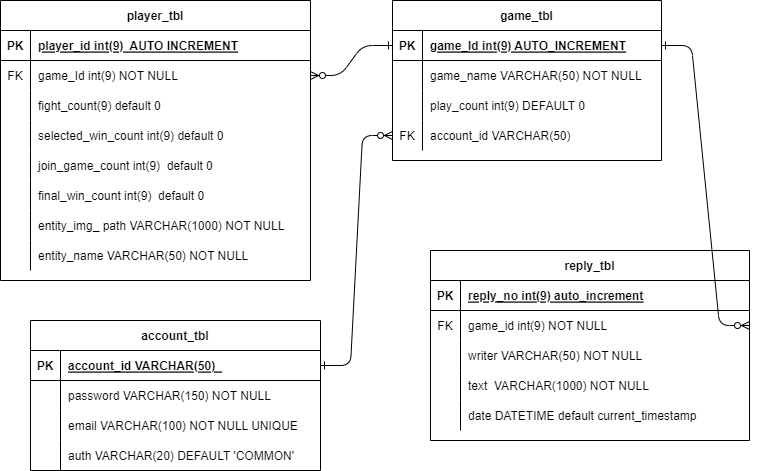
Above: erd/erd.png in java-4th-team-project-2023/world-cup (draw.io), before the change. Source tidied: cells renumbered, new cells last; positions are measured from the earlier drawing's top-left corner, leaving out a move shared by most shapes.
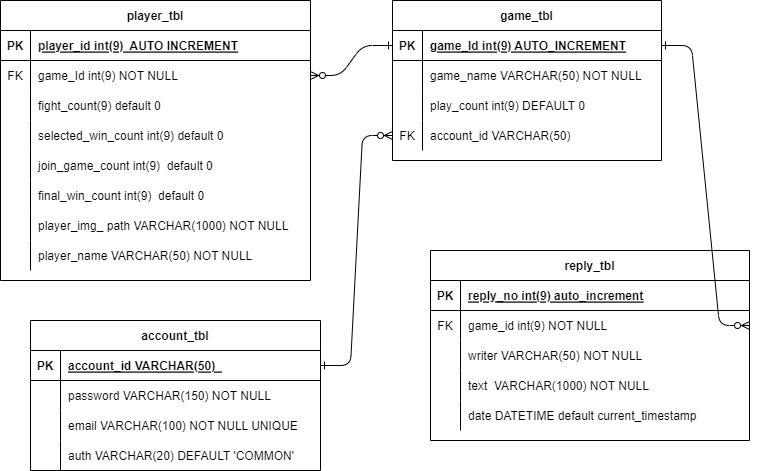
Above is the later version.

Change to the diagram source:
```diff
@@ -152,7 +152,7 @@
     <mxCell id="51" style="shape=partialRectangle;overflow=hidden;fillColor=none;top=0;left=0;bottom=0;right=0;" parent="50" vertex="1">
       <mxGeometry width="30" height="30" as="geometry" />
     </mxCell>
-    <mxCell id="52" value="entity_img_ path VARCHAR(1000) NOT NULL" style="shape=partialRectangle;overflow=hidden;fillColor=none;top=0;left=0;bottom=0;right=0;align=left;spacingLeft=6;" parent="50" vertex="1">
+    <mxCell id="52" value="player_img_ path VARCHAR(1000) NOT NULL" style="shape=partialRectangle;overflow=hidden;fillColor=none;top=0;left=0;bottom=0;right=0;align=left;spacingLeft=6;" parent="50" vertex="1">
       <mxGeometry x="30" width="280" height="30" as="geometry" />
     </mxCell>
     <mxCell id="53" style="shape=partialRectangle;fillColor=none;top=0;left=0;right=0;bottom=0;" parent="31" vertex="1">
@@ -161,7 +161,7 @@
     <mxCell id="54" style="shape=partialRectangle;overflow=hidden;fillColor=none;top=0;left=0;bottom=0;right=0;" parent="53" vertex="1">
       <mxGeometry width="30" height="30" as="geometry" />
     </mxCell>
-    <mxCell id="55" value="entity_name VARCHAR(50) NOT NULL" style="shape=partialRectangle;overflow=hidden;fillColor=none;top=0;left=0;bottom=0;right=0;align=left;spacingLeft=6;" parent="53" vertex="1">
+    <mxCell id="55" value="player_name VARCHAR(50) NOT NULL" style="shape=partialRectangle;overflow=hidden;fillColor=none;top=0;left=0;bottom=0;right=0;align=left;spacingLeft=6;" parent="53" vertex="1">
       <mxGeometry x="30" width="280" height="30" as="geometry" />
     </mxCell>
     <mxCell id="56" value="account_tbl" style="shape=table;startSize=30;rowLines=0;fontStyle=1;align=center;" parent="1" vertex="1">
```
